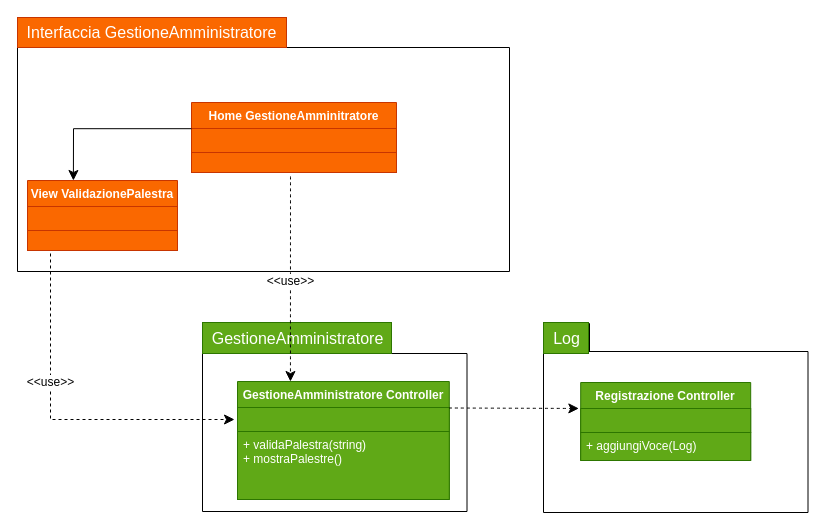
Above: Diagrammi_Package/Classi/GestioneAmministratore.drawio in JosephBoom02/Progetto_Ingegneria_del_Software (draw.io), before the change. Source tidied: cells renumbered, new cells numbered last; positions are measured from the earlier drawing's top-left corner, leaving out a move shared by most shapes. Both pictures are drawn from the tidied source at 100%, with x=0, y=0 at pixel (17, 17).
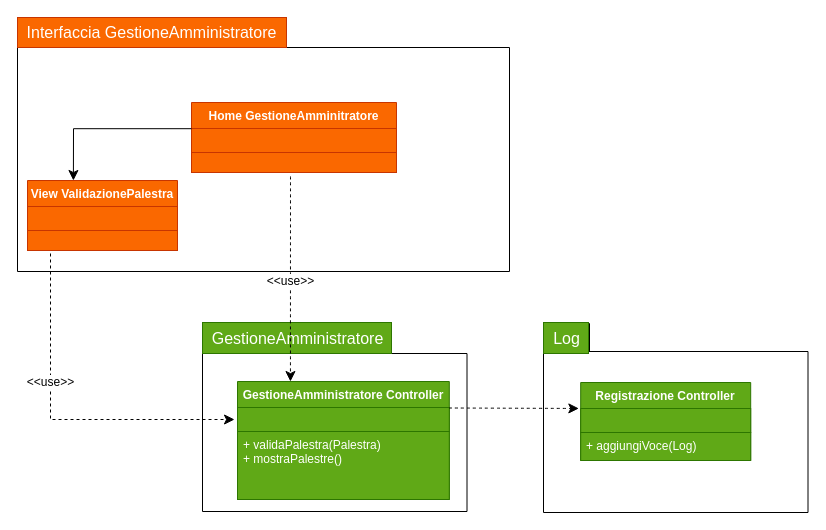
The same diagram, later.

Unchanged cells that the change refers to:
```xml
<mxCell id="15" value="&lt;font color=&quot;#ffffff&quot;&gt;GestioneAmministratore Controller&lt;br&gt;&lt;/font&gt;" style="swimlane;fontStyle=1;align=center;verticalAlign=top;horizontal=1;startSize=26;whiteSpace=wrap;html=1;fillColor=#60a917;fontColor=#ffffff;strokeColor=#2D7600;" parent="1" vertex="1">
  <mxGeometry x="220" y="364" width="211.8" height="118" as="geometry" />
</mxCell>
```

Change to the diagram source:
```diff
@@
-    <mxCell id="18" value="&lt;div&gt;+ validaPalestra(string)&lt;br&gt;&lt;/div&gt;&lt;div&gt;+ mostraPalestre()&lt;br&gt;&lt;/div&gt;" style="text;strokeColor=#2D7600;fillColor=#60a917;align=left;verticalAlign=top;spacingLeft=4;spacingRight=4;overflow=hidden;whiteSpace=wrap;html=1;fontColor=#ffffff;" parent="15" vertex="1">
+    <mxCell id="18" value="&lt;div&gt;+ validaPalestra(Palestra)&lt;br&gt;&lt;/div&gt;&lt;div&gt;+ mostraPalestre()&lt;br&gt;&lt;/div&gt;" style="text;strokeColor=#2D7600;fillColor=#60a917;align=left;verticalAlign=top;spacingLeft=4;spacingRight=4;overflow=hidden;whiteSpace=wrap;html=1;fontColor=#ffffff;" parent="15" vertex="1">
       <mxGeometry y="50" width="211.8" height="68" as="geometry" />
     </mxCell>
```
